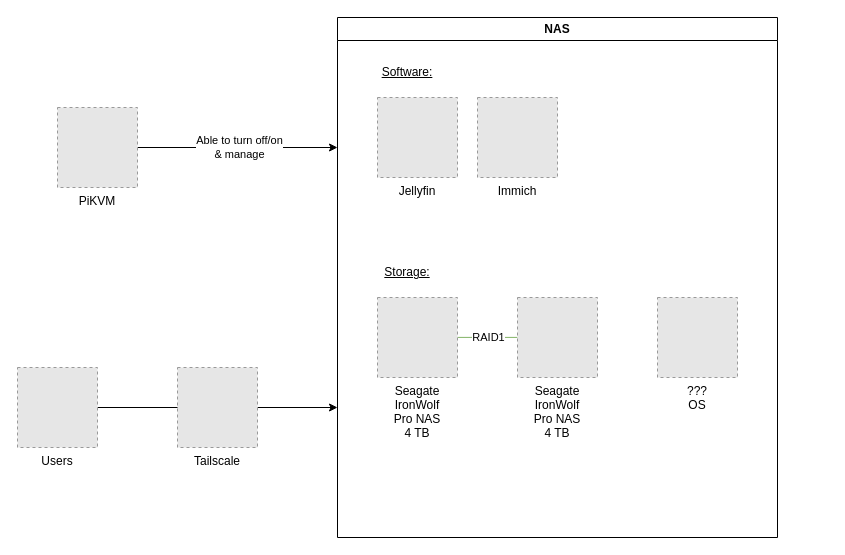
This is arch/homelab.drawio from schang1146/homelab, a draw.io file, before an edit. Source tidied: cells renumbered, new cells numbered last; positions are measured from the earlier drawing's top-left corner, leaving out a move shared by most shapes. Both pictures are drawn from the tidied source at 100%, with x=0, y=0 at pixel (17, 17). Pictures stored in the file or linked from it are replaced by grey dashed boxes.
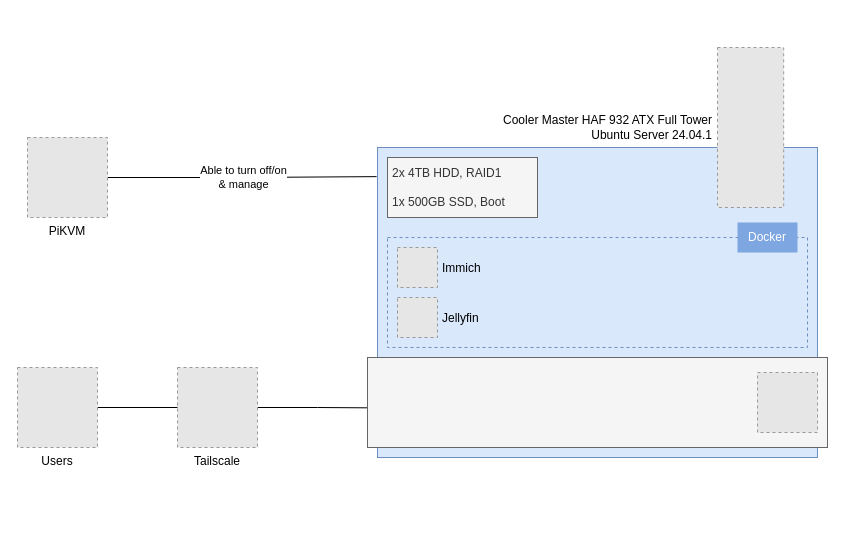
The same diagram, later.

Commit message:
update nas infographic

The change refers to these unchanged cells:
```xml
<mxCell id="16" value="Tailscale" style="fillColor=#E6E6E6;strokeColor=#999999;dashed=1;verticalLabelPosition=bottom;labelBackgroundColor=default;verticalAlign=top;fontFamily=Fira Code;" parent="1" vertex="1">
  <mxGeometry x="160" y="350" width="80" height="80" as="geometry" />
</mxCell>
```

The edit, as a diff of the source:
```diff
@@
-    <mxCell id="2" style="edgeStyle=orthogonalEdgeStyle;rounded=0;jettySize=auto;html=1;entryX=0;entryY=0.25;entryDx=0;entryDy=0;" parent="1" edge="1" source="4" target="5">
+    <mxCell id="2" style="edgeStyle=orthogonalEdgeStyle;rounded=0;jettySize=auto;html=1;entryX=-0.002;entryY=0.094;entryDx=0;entryDy=0;entryPerimeter=0;endArrow=none;endFill=0;" parent="1" edge="1" source="4" target="19">
       <mxGeometry relative="1" as="geometry" />
     </mxCell>
@@
     <mxCell id="4" value="PiKVM" style="fillColor=#E6E6E6;strokeColor=#999999;dashed=1;verticalLabelPosition=bottom;labelBackgroundColor=default;verticalAlign=top;fontFamily=Fira Code;" parent="1" vertex="1">
-      <mxGeometry x="40" y="90" width="80" height="80" as="geometry" />
+      <mxGeometry x="10" y="120" width="80" height="80" as="geometry" />
     </mxCell>
-    <mxCell id="5" value="NAS" style="swimlane;whiteSpace=wrap;html=1;" parent="1" vertex="1">
-      <mxGeometry x="320" width="440" height="520" as="geometry" />
-    </mxCell>
-    <mxCell id="6" value="Jellyfin" style="fillColor=#E6E6E6;strokeColor=#999999;dashed=1;verticalLabelPosition=bottom;labelBackgroundColor=default;verticalAlign=top;fontFamily=Fira Code;" parent="5" vertex="1">
-      <mxGeometry x="40" y="80" width="80" height="80" as="geometry" />
-    </mxCell>
-    <mxCell id="7" value="Immich" style="fillColor=#E6E6E6;strokeColor=#999999;dashed=1;verticalLabelPosition=bottom;labelBackgroundColor=default;verticalAlign=top;fontFamily=Fira Code;" parent="5" vertex="1">
-      <mxGeometry x="140" y="80" width="80" height="80" as="geometry" />
-    </mxCell>
-    <mxCell id="8" style="edgeStyle=orthogonalEdgeStyle;rounded=0;orthogonalLoop=1;jettySize=auto;html=1;entryX=0;entryY=0.5;entryDx=0;entryDy=0;endArrow=none;endFill=0;fillColor=#d5e8d4;strokeColor=#82b366;" parent="5" edge="1">
-      <mxGeometry relative="1" as="geometry">
-        <mxPoint x="120" y="319.9" as="sourcePoint" />
-        <mxPoint x="180" y="319.9" as="targetPoint" />
-      </mxGeometry>
-    </mxCell>
-    <mxCell id="9" value="RAID1" style="edgeLabel;html=1;align=center;verticalAlign=middle;fontColor=#000000;" parent="8" vertex="1">
-      <mxGeometry x="0.21" y="1" relative="1" as="geometry">
-        <mxPoint x="-6" y="1" as="offset" />
-      </mxGeometry>
-    </mxCell>
-    <mxCell id="10" value="Seagate&#10;IronWolf&#10;Pro NAS&#10;4 TB" style="fillColor=#E6E6E6;strokeColor=#999999;dashed=1;verticalLabelPosition=bottom;labelBackgroundColor=default;verticalAlign=top;fontFamily=Fira Code;" parent="5" vertex="1">
-      <mxGeometry x="40" y="280" width="80" height="80" as="geometry" />
-    </mxCell>
-    <mxCell id="11" value="Seagate&#10;IronWolf&#10;Pro NAS&#10;4 TB" style="fillColor=#E6E6E6;strokeColor=#999999;dashed=1;verticalLabelPosition=bottom;labelBackgroundColor=default;verticalAlign=top;fontFamily=Fira Code;" parent="5" vertex="1">
-      <mxGeometry x="180" y="280" width="80" height="80" as="geometry" />
-    </mxCell>
-    <mxCell id="12" value="&lt;u&gt;Storage:&lt;/u&gt;" style="text;html=1;align=center;verticalAlign=middle;whiteSpace=wrap;rounded=0;fontFamily=Fira Code;" parent="5" vertex="1">
-      <mxGeometry x="40" y="240" width="60" height="30" as="geometry" />
-    </mxCell>
-    <mxCell id="13" value="&lt;u&gt;Software:&lt;/u&gt;" style="text;html=1;align=center;verticalAlign=middle;whiteSpace=wrap;rounded=0;fontFamily=Fira Code;" parent="5" vertex="1">
-      <mxGeometry x="40" y="40" width="60" height="30" as="geometry" />
-    </mxCell>
-    <mxCell id="14" value="???&#10;OS&#10;" style="fillColor=#E6E6E6;strokeColor=#999999;dashed=1;verticalLabelPosition=bottom;labelBackgroundColor=default;verticalAlign=top;fontFamily=Fira Code;" parent="5" vertex="1">
-      <mxGeometry x="320" y="280" width="80" height="80" as="geometry" />
-    </mxCell>
-    <mxCell id="15" style="edgeStyle=orthogonalEdgeStyle;rounded=0;jettySize=auto;html=1;entryX=0;entryY=0.75;entryDx=0;entryDy=0;" parent="1" edge="1" source="16" target="5">
+    <mxCell id="15" style="edgeStyle=orthogonalEdgeStyle;rounded=0;jettySize=auto;html=1;entryX=0.001;entryY=0.84;entryDx=0;entryDy=0;entryPerimeter=0;endArrow=none;endFill=0;" parent="1" edge="1" source="16" target="19">
       <mxGeometry relative="1" as="geometry" />
     </mxCell>
@@
+    <mxCell id="19" style="rounded=0;whiteSpace=wrap;html=1;fillColor=#dae8fc;strokeColor=#6c8ebf;" parent="1" vertex="1">
+      <mxGeometry x="360" y="130" width="440" height="310" as="geometry" />
+    </mxCell>
+    <mxCell id="20" style="fillColor=#E6E6E6;strokeColor=#999999;dashed=1;verticalLabelPosition=bottom;labelBackgroundColor=default;verticalAlign=top;" parent="1" vertex="1">
+      <mxGeometry x="700" y="30" width="66.2" height="160" as="geometry" />
+    </mxCell>
+    <mxCell id="21" value="&lt;div align=&quot;right&quot;&gt;Cooler Master HAF 932 ATX Full Tower&lt;/div&gt;&lt;div align=&quot;right&quot;&gt;Ubuntu Server 24.04.1&lt;br&gt;&lt;/div&gt;" style="text;html=1;align=right;verticalAlign=middle;whiteSpace=wrap;rounded=0;fontFamily=Fira Code;spacing=5;" parent="1" vertex="1">
+      <mxGeometry x="410" y="95" width="290" height="30" as="geometry" />
+    </mxCell>
+    <mxCell id="22" value="&lt;div&gt;&lt;font face=&quot;Fira Code&quot;&gt;2x 4TB HDD, RAID1&lt;/font&gt;&lt;/div&gt;&lt;font face=&quot;Fira Code&quot;&gt;&lt;br&gt;1x 500GB SSD, Boot&lt;br&gt;&lt;/font&gt;" style="rounded=0;whiteSpace=wrap;html=1;align=left;spacing=5;fillColor=#f5f5f5;fontColor=#333333;strokeColor=#666666;" parent="1" vertex="1">
+      <mxGeometry x="370" y="140" width="150" height="60" as="geometry" />
+    </mxCell>
+    <mxCell id="23" style="rounded=0;whiteSpace=wrap;html=1;fillColor=none;strokeColor=#6c8ebf;labelBackgroundColor=#7EA6E0;fontColor=#FFFFFF;spacing=5;dashed=1;" parent="1" vertex="1">
+      <mxGeometry x="370" y="220" width="420" height="110" as="geometry" />
+    </mxCell>
+    <mxCell id="24" value="&lt;font face=&quot;Fira Code&quot;&gt;Docker&lt;/font&gt;" style="text;html=1;align=center;verticalAlign=middle;whiteSpace=wrap;rounded=0;fillColor=#7EA6E0;strokeColor=none;fontColor=#FFFFFF;" parent="1" vertex="1">
+      <mxGeometry x="720" y="205" width="60" height="30" as="geometry" />
+    </mxCell>
+    <mxCell id="7" value="Immich" style="fillColor=#E6E6E6;strokeColor=#999999;dashed=1;verticalLabelPosition=middle;labelBackgroundColor=none;verticalAlign=middle;fontFamily=Fira Code;labelPosition=right;align=left;spacing=5;" parent="1" vertex="1">
+      <mxGeometry x="380" y="230" width="40" height="40" as="geometry" />
+    </mxCell>
+    <mxCell id="6" value="Jellyfin" style="fillColor=#E6E6E6;strokeColor=#999999;dashed=1;verticalLabelPosition=middle;labelBackgroundColor=none;verticalAlign=middle;fontFamily=Fira Code;labelPosition=right;align=left;spacing=5;" parent="1" vertex="1">
+      <mxGeometry x="380" y="280" width="40" height="40" as="geometry" />
+    </mxCell>
+    <mxCell id="25" style="rounded=0;whiteSpace=wrap;html=1;align=left;spacing=5;fillColor=#f5f5f5;fontColor=#333333;strokeColor=#666666;" parent="1" vertex="1">
+      <mxGeometry x="350" y="340" width="460" height="90" as="geometry" />
+    </mxCell>
+    <mxCell id="26" style="fillColor=#E6E6E6;strokeColor=#999999;dashed=1;verticalLabelPosition=bottom;labelBackgroundColor=default;verticalAlign=top;" parent="1" vertex="1">
+      <mxGeometry x="740" y="355" width="60" height="60" as="geometry" />
+    </mxCell>
```
